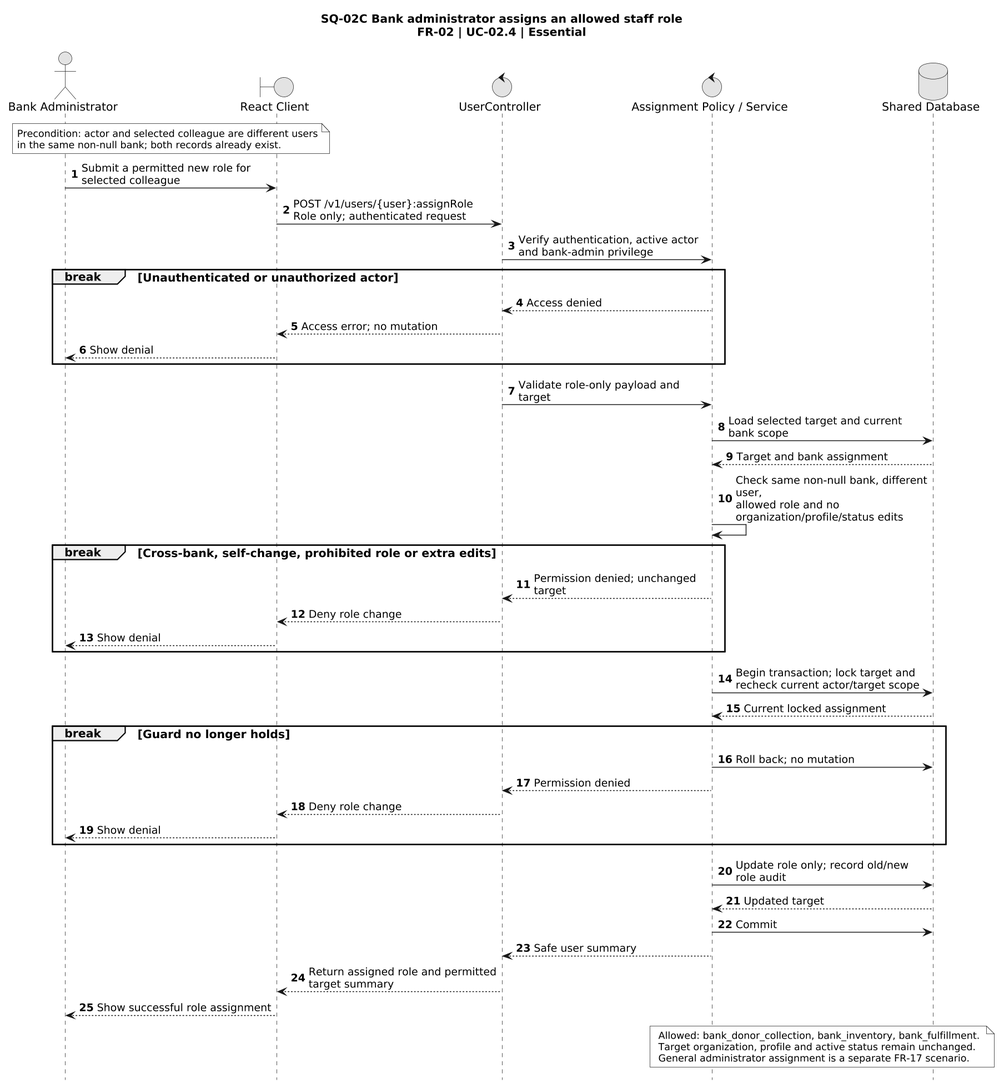
The PlantUML diagram docs/uml/Sequence/SQ-02C-AssignBankStaffRole.png in TitanDevX/BloodBankPlatformUni, before a commit.
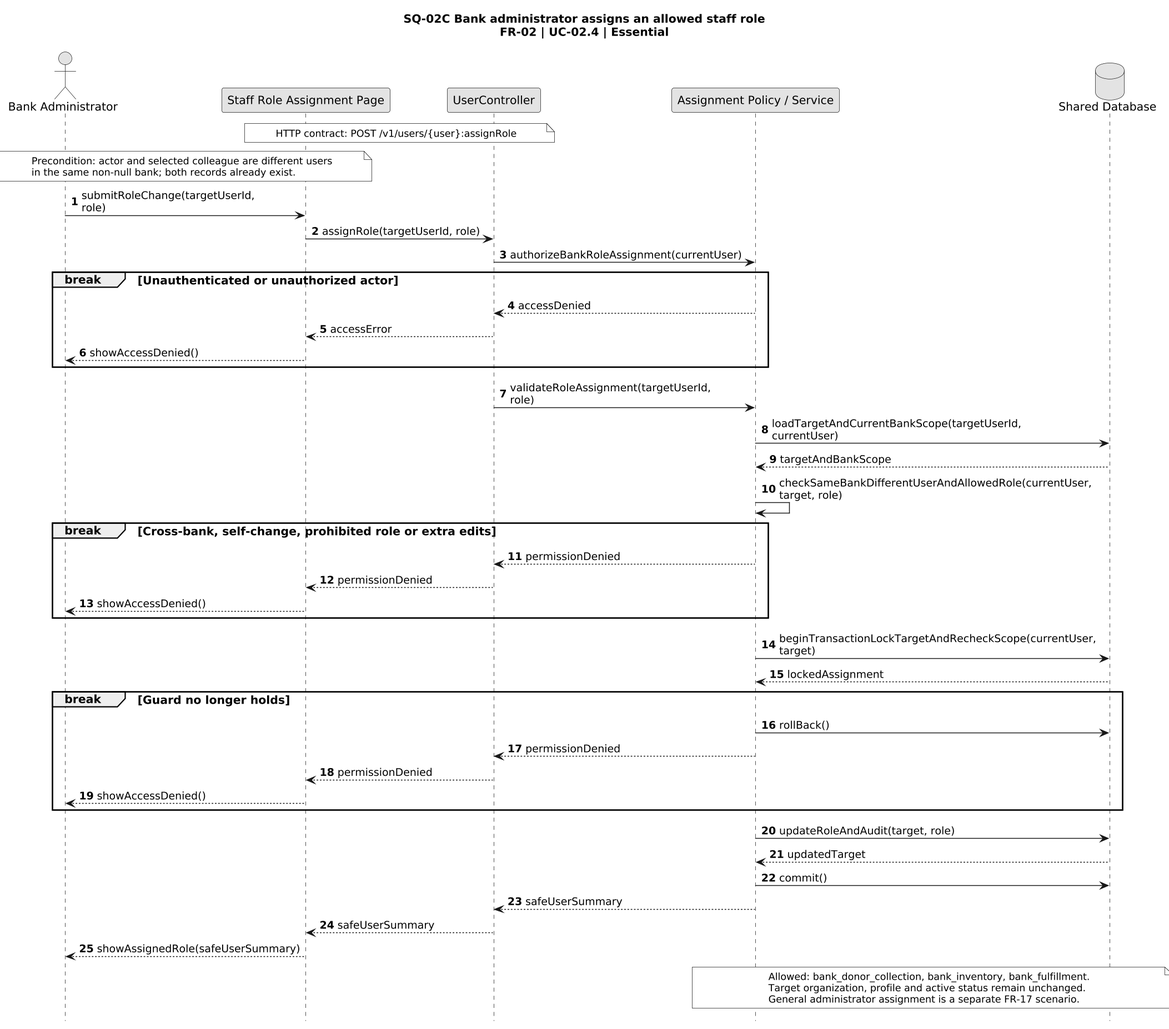
The same diagram one commit later.

Change to the diagram source:
```diff
@@ -11,45 +11,48 @@
 skinparam maxMessageSize 240
 autonumber
 actor "Bank Administrator" as Admin
-boundary "React Client" as Client
-control UserController as Ctrl
-control "Assignment Policy / Service" as Policy
+participant "Staff Role Assignment Page" as Client
+participant UserController as Ctrl
+participant "Assignment Policy / Service" as Policy
 database "Shared Database" as DB
+note over Client, Ctrl
+ HTTP contract: POST /v1/users/{user}:assignRole
+end note
 note over Admin, Client
  Precondition: actor and selected colleague are different users
  in the same non-null bank; both records already exist.
 end note
-Admin -> Client: Submit a permitted new role for selected colleague
-Client -> Ctrl: POST /v1/users/{user}:assignRole\nRole only; authenticated request
-Ctrl -> Policy: Verify authentication, active actor and bank-admin privilege
+Admin -> Client: submitRoleChange(targetUserId, role)
+Client -> Ctrl: assignRole(targetUserId, role)
+Ctrl -> Policy: authorizeBankRoleAssignment(currentUser)
 break Unauthenticated or unauthorized actor
- Policy --> Ctrl: Access denied
- Ctrl --> Client: Access error; no mutation
- Client --> Admin: Show denial
+ Policy --> Ctrl: accessDenied
+ Ctrl --> Client: accessError
+ Client --> Admin: showAccessDenied()
 end
-Ctrl -> Policy: Validate role-only payload and target
-Policy -> DB: Load selected target and current bank scope
-DB --> Policy: Target and bank assignment
-Policy -> Policy: Check same non-null bank, different user,\nallowed role and no organization/profile/status edits
+Ctrl -> Policy: validateRoleAssignment(targetUserId, role)
+Policy -> DB: loadTargetAndCurrentBankScope(targetUserId, currentUser)
+DB --> Policy: targetAndBankScope
+Policy -> Policy: checkSameBankDifferentUserAndAllowedRole(currentUser, target, role)
 break Cross-bank, self-change, prohibited role or extra edits
- Policy --> Ctrl: Permission denied; unchanged target
- Ctrl --> Client: Deny role change
- Client --> Admin: Show denial
+ Policy --> Ctrl: permissionDenied
+ Ctrl --> Client: permissionDenied
+ Client --> Admin: showAccessDenied()
 end
-Policy -> DB: Begin transaction; lock target and\nrecheck current actor/target scope
-DB --> Policy: Current locked assignment
+Policy -> DB: beginTransactionLockTargetAndRecheckScope(currentUser, target)
+DB --> Policy: lockedAssignment
 break Guard no longer holds
- Policy -> DB: Roll back; no mutation
- Policy --> Ctrl: Permission denied
- Ctrl --> Client: Deny role change
- Client --> Admin: Show denial
+ Policy -> DB: rollBack()
+ Policy --> Ctrl: permissionDenied
+ Ctrl --> Client: permissionDenied
+ Client --> Admin: showAccessDenied()
 end
-Policy -> DB: Update role only; record old/new role audit
-DB --> Policy: Updated target
-Policy -> DB: Commit
-Policy --> Ctrl: Safe user summary
-Ctrl --> Client: Return assigned role and permitted target summary
-Client --> Admin: Show successful role assignment
+Policy -> DB: updateRoleAndAudit(target, role)
+DB --> Policy: updatedTarget
+Policy -> DB: commit()
+Policy --> Ctrl: safeUserSummary
+Ctrl --> Client: safeUserSummary
+Client --> Admin: showAssignedRole(safeUserSummary)
 note over Policy, DB
  Allowed: bank_donor_collection, bank_inventory, bank_fulfillment.
  Target organization, profile and active status remain unchanged.
```
